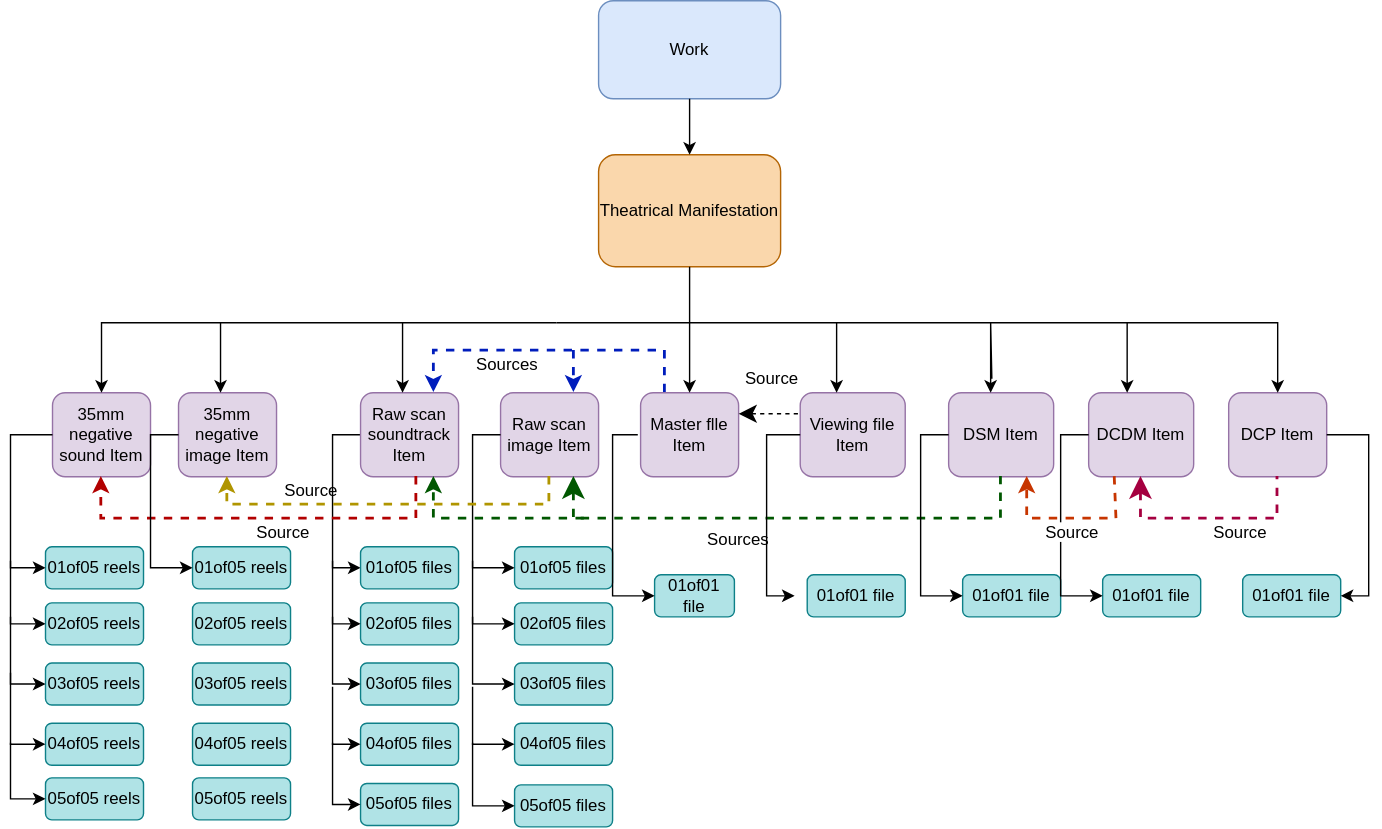
Before: markdown/diagrams/digit_item4dgrmsize.drawio.svg, a diagram exported from draw.io (FIAF/fiaf-cataloguing-manual). Source tidied: cells renumbered, new cells last; positions are measured from the earlier drawing's top-left corner, leaving out a move shared by most shapes.
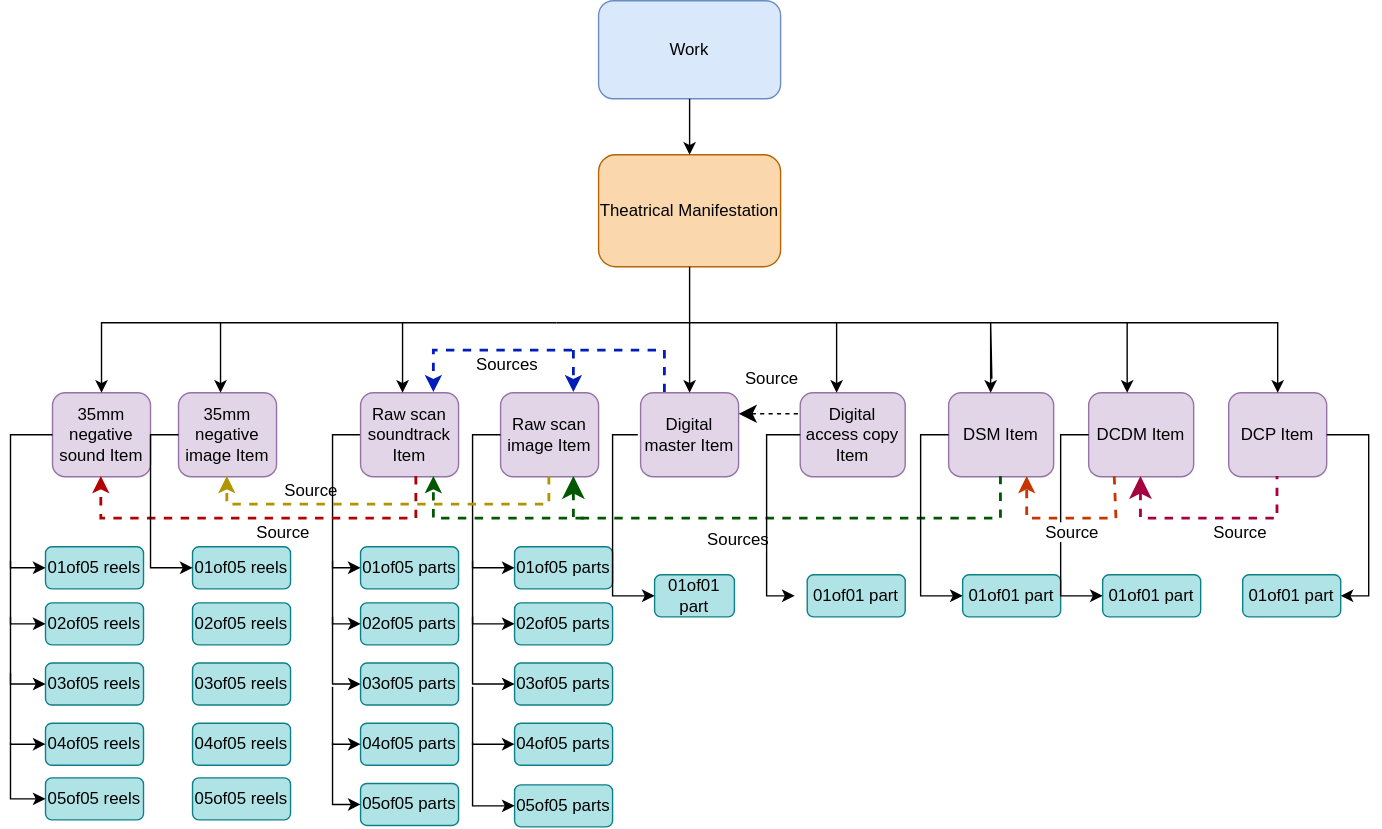
The same file after the commit.

Commit message:
Update digital Item diagram labels and component guidance

Change to the diagram source:
```diff
@@ -765,7 +765,7 @@
     <mxCell id="154" value="Work" style="rounded=1;whiteSpace=wrap;html=1;roundedPerimeter=1;fillColor=#dae8fc;strokeColor=#6c8ebf;" parent="1" vertex="1">
       <mxGeometry x="701" width="130" height="70" as="geometry" />
     </mxCell>
-    <mxCell id="155" value="Viewing file Item" style="rounded=1;whiteSpace=wrap;html=1;roundedPerimeter=1;fillColor=#e1d5e7;strokeColor=#9673a6;" parent="1" vertex="1">
+    <mxCell id="155" value="Digital access copy Item" style="rounded=1;whiteSpace=wrap;html=1;roundedPerimeter=1;fillColor=#e1d5e7;strokeColor=#9673a6;" parent="1" vertex="1">
       <mxGeometry x="845" y="280" width="75" height="60" as="geometry" />
     </mxCell>
     <mxCell id="156" value="Theatrical Manifestation" style="rounded=1;whiteSpace=wrap;html=1;roundedPerimeter=1;fillColor=#fad7ac;strokeColor=#b46504;" parent="1" vertex="1">
@@ -777,7 +777,7 @@
     <mxCell id="158" value="35mm negative sound Item" style="rounded=1;whiteSpace=wrap;html=1;roundedPerimeter=1;fillColor=#e1d5e7;strokeColor=#9673a6;" parent="1" vertex="1">
       <mxGeometry x="311" y="280" width="70" height="60" as="geometry" />
     </mxCell>
-    <mxCell id="159" value="Master flle Item" style="rounded=1;whiteSpace=wrap;html=1;roundedPerimeter=1;fillColor=#e1d5e7;strokeColor=#9673a6;" parent="1" vertex="1">
+    <mxCell id="159" value="Digital master Item" style="rounded=1;whiteSpace=wrap;html=1;roundedPerimeter=1;fillColor=#e1d5e7;strokeColor=#9673a6;" parent="1" vertex="1">
       <mxGeometry x="731" y="280" width="70" height="60" as="geometry" />
     </mxCell>
     <mxCell id="160" style="edgeStyle=orthogonalEdgeStyle;rounded=0;jettySize=auto;html=1;entryX=0;entryY=0.5;entryDx=0;entryDy=0;exitX=0;exitY=0.5;exitDx=0;exitDy=0;" parent="1" edge="1" source="161" target="171">
@@ -838,49 +838,49 @@
         </Array>
       </mxGeometry>
     </mxCell>
-    <mxCell id="171" value="01of05 files" style="rounded=1;whiteSpace=wrap;html=1;roundedPerimeter=1;fillColor=#b0e3e6;strokeColor=#0e8088;" parent="1" vertex="1">
+    <mxCell id="171" value="01of05 parts" style="rounded=1;whiteSpace=wrap;html=1;roundedPerimeter=1;fillColor=#b0e3e6;strokeColor=#0e8088;" parent="1" vertex="1">
       <mxGeometry x="531" y="390" width="70" height="30" as="geometry" />
     </mxCell>
-    <mxCell id="172" value="01of05 files" style="rounded=1;whiteSpace=wrap;html=1;roundedPerimeter=1;fillColor=#b0e3e6;strokeColor=#0e8088;" parent="1" vertex="1">
+    <mxCell id="172" value="01of05 parts" style="rounded=1;whiteSpace=wrap;html=1;roundedPerimeter=1;fillColor=#b0e3e6;strokeColor=#0e8088;" parent="1" vertex="1">
       <mxGeometry x="641" y="390" width="70" height="30" as="geometry" />
     </mxCell>
-    <mxCell id="173" value="01of01 file" style="rounded=1;whiteSpace=wrap;html=1;roundedPerimeter=1;fillColor=#b0e3e6;strokeColor=#0e8088;" parent="1" vertex="1">
+    <mxCell id="173" value="01of01 part" style="rounded=1;whiteSpace=wrap;html=1;roundedPerimeter=1;fillColor=#b0e3e6;strokeColor=#0e8088;" parent="1" vertex="1">
       <mxGeometry x="741" y="410" width="57" height="30" as="geometry" />
     </mxCell>
-    <mxCell id="174" value="01of01 file" style="rounded=1;whiteSpace=wrap;html=1;roundedPerimeter=1;fillColor=#b0e3e6;strokeColor=#0e8088;" parent="1" vertex="1">
+    <mxCell id="174" value="01of01 part" style="rounded=1;whiteSpace=wrap;html=1;roundedPerimeter=1;fillColor=#b0e3e6;strokeColor=#0e8088;" parent="1" vertex="1">
       <mxGeometry x="850" y="410" width="70" height="30" as="geometry" />
     </mxCell>
     <mxCell id="175" value="01of05 reels" style="rounded=1;whiteSpace=wrap;html=1;roundedPerimeter=1;fillColor=#b0e3e6;strokeColor=#0e8088;" parent="1" vertex="1">
       <mxGeometry x="306" y="390" width="70" height="30" as="geometry" />
     </mxCell>
-    <mxCell id="176" value="01of01 file" style="rounded=1;whiteSpace=wrap;html=1;roundedPerimeter=1;fillColor=#b0e3e6;strokeColor=#0e8088;" parent="1" vertex="1">
+    <mxCell id="176" value="01of01 part" style="rounded=1;whiteSpace=wrap;html=1;roundedPerimeter=1;fillColor=#b0e3e6;strokeColor=#0e8088;" parent="1" vertex="1">
       <mxGeometry x="961" y="410" width="70" height="30" as="geometry" />
     </mxCell>
-    <mxCell id="177" value="01of01 file" style="rounded=1;whiteSpace=wrap;html=1;roundedPerimeter=1;fillColor=#b0e3e6;strokeColor=#0e8088;" parent="1" vertex="1">
+    <mxCell id="177" value="01of01 part" style="rounded=1;whiteSpace=wrap;html=1;roundedPerimeter=1;fillColor=#b0e3e6;strokeColor=#0e8088;" parent="1" vertex="1">
       <mxGeometry x="1061" y="410" width="70" height="30" as="geometry" />
     </mxCell>
-    <mxCell id="178" value="02of05 files" style="rounded=1;whiteSpace=wrap;html=1;roundedPerimeter=1;fillColor=#b0e3e6;strokeColor=#0e8088;" parent="1" vertex="1">
+    <mxCell id="178" value="02of05 parts" style="rounded=1;whiteSpace=wrap;html=1;roundedPerimeter=1;fillColor=#b0e3e6;strokeColor=#0e8088;" parent="1" vertex="1">
       <mxGeometry x="531" y="430" width="70" height="30" as="geometry" />
     </mxCell>
-    <mxCell id="179" value="03of05 files" style="rounded=1;whiteSpace=wrap;html=1;roundedPerimeter=1;fillColor=#b0e3e6;strokeColor=#0e8088;" parent="1" vertex="1">
+    <mxCell id="179" value="03of05 parts" style="rounded=1;whiteSpace=wrap;html=1;roundedPerimeter=1;fillColor=#b0e3e6;strokeColor=#0e8088;" parent="1" vertex="1">
       <mxGeometry x="531" y="473" width="70" height="30" as="geometry" />
     </mxCell>
-    <mxCell id="180" value="04of05 files" style="rounded=1;whiteSpace=wrap;html=1;roundedPerimeter=1;fillColor=#b0e3e6;strokeColor=#0e8088;" parent="1" vertex="1">
+    <mxCell id="180" value="04of05 parts" style="rounded=1;whiteSpace=wrap;html=1;roundedPerimeter=1;fillColor=#b0e3e6;strokeColor=#0e8088;" parent="1" vertex="1">
       <mxGeometry x="531" y="516" width="70" height="30" as="geometry" />
     </mxCell>
-    <mxCell id="181" value="05of05 files" style="rounded=1;whiteSpace=wrap;html=1;roundedPerimeter=1;fillColor=#b0e3e6;strokeColor=#0e8088;" parent="1" vertex="1">
+    <mxCell id="181" value="05of05 parts" style="rounded=1;whiteSpace=wrap;html=1;roundedPerimeter=1;fillColor=#b0e3e6;strokeColor=#0e8088;" parent="1" vertex="1">
       <mxGeometry x="531" y="559" width="70" height="30" as="geometry" />
     </mxCell>
-    <mxCell id="182" value="02of05 files" style="rounded=1;whiteSpace=wrap;html=1;roundedPerimeter=1;fillColor=#b0e3e6;strokeColor=#0e8088;" parent="1" vertex="1">
+    <mxCell id="182" value="02of05 parts" style="rounded=1;whiteSpace=wrap;html=1;roundedPerimeter=1;fillColor=#b0e3e6;strokeColor=#0e8088;" parent="1" vertex="1">
       <mxGeometry x="641" y="430" width="70" height="30" as="geometry" />
     </mxCell>
-    <mxCell id="183" value="03of05 files" style="rounded=1;whiteSpace=wrap;html=1;roundedPerimeter=1;fillColor=#b0e3e6;strokeColor=#0e8088;" parent="1" vertex="1">
+    <mxCell id="183" value="03of05 parts" style="rounded=1;whiteSpace=wrap;html=1;roundedPerimeter=1;fillColor=#b0e3e6;strokeColor=#0e8088;" parent="1" vertex="1">
       <mxGeometry x="641" y="473" width="70" height="30" as="geometry" />
     </mxCell>
-    <mxCell id="184" value="04of05 files" style="rounded=1;whiteSpace=wrap;html=1;roundedPerimeter=1;fillColor=#b0e3e6;strokeColor=#0e8088;" parent="1" vertex="1">
+    <mxCell id="184" value="04of05 parts" style="rounded=1;whiteSpace=wrap;html=1;roundedPerimeter=1;fillColor=#b0e3e6;strokeColor=#0e8088;" parent="1" vertex="1">
       <mxGeometry x="641" y="516" width="70" height="30" as="geometry" />
     </mxCell>
-    <mxCell id="185" value="05of05 files" style="rounded=1;whiteSpace=wrap;html=1;roundedPerimeter=1;fillColor=#b0e3e6;strokeColor=#0e8088;" parent="1" vertex="1">
+    <mxCell id="185" value="05of05 parts" style="rounded=1;whiteSpace=wrap;html=1;roundedPerimeter=1;fillColor=#b0e3e6;strokeColor=#0e8088;" parent="1" vertex="1">
       <mxGeometry x="641" y="560" width="70" height="30" as="geometry" />
     </mxCell>
     <mxCell id="186" style="endArrow=classic;html=1;rounded=0;entryX=0;entryY=0.5;entryDx=0;entryDy=0;" parent="1" edge="1" target="178">
@@ -947,7 +947,7 @@
         </Array>
       </mxGeometry>
     </mxCell>
-    <mxCell id="194" value="01of01 file" style="rounded=1;whiteSpace=wrap;html=1;roundedPerimeter=1;fillColor=#b0e3e6;strokeColor=#0e8088;" parent="1" vertex="1">
+    <mxCell id="194" value="01of01 part" style="rounded=1;whiteSpace=wrap;html=1;roundedPerimeter=1;fillColor=#b0e3e6;strokeColor=#0e8088;" parent="1" vertex="1">
       <mxGeometry x="1161" y="410" width="70" height="30" as="geometry" />
     </mxCell>
     <mxCell id="195" style="endArrow=classic;html=1;rounded=0;entryX=0;entryY=0.5;entryDx=0;entryDy=0;" parent="1" edge="1" target="173">
```
